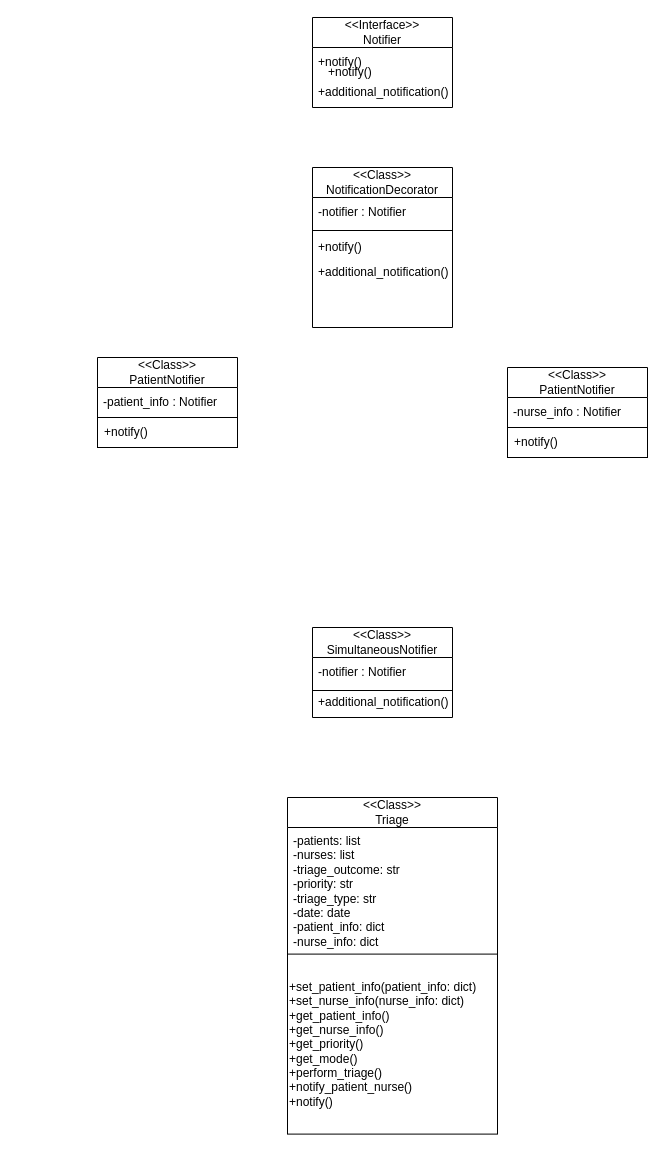
Earlier version of the draw.io diagram Project Milestone 3/Bashar/DecoratorPattern.drawio (SENG-350-2024-fall/Team-6). Source tidied: cells renumbered, new cells numbered last; positions are measured from the earlier drawing's top-left corner, leaving out a move shared by most shapes. Both pictures are drawn from the tidied source at 100%, with x=0, y=0 at pixel (97, 17).
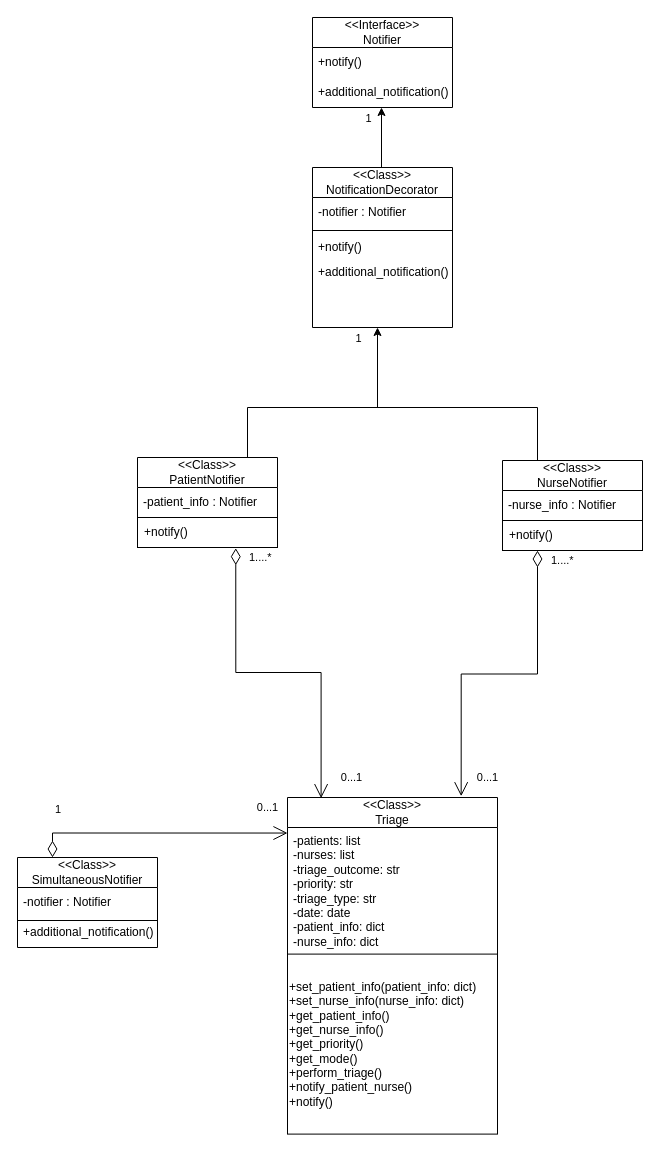
After the change.

The change refers to these unchanged cells:
```xml
<mxCell id="23" value="&amp;lt;&amp;lt;Class&amp;gt;&amp;gt;&lt;br&gt;Triage" style="swimlane;fontStyle=0;horizontal=1;startSize=30;whiteSpace=wrap;html=1;" parent="22" vertex="1">
  <mxGeometry width="210" height="158.9" as="geometry" />
</mxCell>
<mxCell id="24" value="-patients: list&amp;nbsp;&lt;br&gt;-nurses: list&amp;nbsp;&lt;br&gt;-triage_outcome: str&amp;nbsp;&lt;br&gt;-priority: str&lt;br&gt;-triage_type: str&lt;br&gt;-date: date&lt;br&gt;-patient_info: dict&lt;br&gt;-nurse_info: dict  " style="text;strokeColor=none;fillColor=none;align=left;verticalAlign=middle;spacingLeft=4;spacingRight=4;overflow=hidden;points=[[0,0.5],[1,0.5]];portConstraint=eastwest;whiteSpace=wrap;html=1;" parent="23" vertex="1">
  <mxGeometry y="30" width="210" height="128.9" as="geometry" />
</mxCell>
```

What changed in the source:
```diff
@@
-    <mxCell id="5" value="+notify()" style="text;strokeColor=none;fillColor=none;align=left;verticalAlign=middle;spacingLeft=4;spacingRight=4;overflow=hidden;whiteSpace=wrap;html=1;" parent="1" vertex="1">
-      <mxGeometry x="225" y="40" width="140" height="30" as="geometry" />
-    </mxCell>
@@
-    <mxCell id="12" style="group;" parent="1" vertex="1">
-      <mxGeometry y="340" width="140" height="160" as="geometry" />
-    </mxCell>
-    <mxCell id="13" value="&amp;lt;&amp;lt;Class&amp;gt;&amp;gt;&lt;br&gt;PatientNotifier" style="swimlane;fontStyle=0;horizontal=1;startSize=30;whiteSpace=wrap;html=1;" parent="12" vertex="1">
-      <mxGeometry width="140" height="60" as="geometry" />
-    </mxCell>
-    <mxCell id="14" value="-patient_info : Notifier" style="text;strokeColor=none;fillColor=none;align=left;verticalAlign=middle;spacingLeft=4;spacingRight=4;overflow=hidden;whiteSpace=wrap;html=1;" parent="13" vertex="1">
-      <mxGeometry y="30" width="140" height="30" as="geometry" />
-    </mxCell>
-    <mxCell id="15" value="&lt;span style=&quot;color: rgba(0, 0, 0, 0); font-family: monospace; font-size: 0px; text-align: start; text-wrap-mode: nowrap;&quot;&gt;+notify&lt;/span&gt;" style="rounded=0;whiteSpace=wrap;html=1;" parent="12" vertex="1">
-      <mxGeometry y="60" width="140" height="30" as="geometry" />
-    </mxCell>
-    <mxCell id="16" value="+notify()" style="text;html=1;align=left;verticalAlign=middle;whiteSpace=wrap;rounded=0;" parent="12" vertex="1">
-      <mxGeometry x="5" y="60" width="60" height="30" as="geometry" />
-    </mxCell>
-    <mxCell id="17" style="group;" parent="1" vertex="1">
-      <mxGeometry x="215" y="610" width="140" height="160" as="geometry" />
-    </mxCell>
-    <mxCell id="18" value="&amp;lt;&amp;lt;Class&amp;gt;&amp;gt;&lt;br&gt;SimultaneousNotifier" style="swimlane;fontStyle=0;horizontal=1;startSize=30;whiteSpace=wrap;html=1;" parent="17" vertex="1">
-      <mxGeometry width="140" height="90" as="geometry" />
-    </mxCell>
-    <mxCell id="19" value="-notifier : Notifier" style="text;strokeColor=none;fillColor=none;align=left;verticalAlign=middle;spacingLeft=4;spacingRight=4;overflow=hidden;whiteSpace=wrap;html=1;" parent="18" vertex="1">
-      <mxGeometry y="30" width="140" height="30" as="geometry" />
-    </mxCell>
-    <mxCell id="20" value="+additional_notification()" style="text;strokeColor=none;fillColor=none;align=left;verticalAlign=middle;spacingLeft=4;spacingRight=4;overflow=hidden;whiteSpace=wrap;html=1;" parent="18" vertex="1">
-      <mxGeometry y="60" width="140" height="30" as="geometry" />
-    </mxCell>
-    <mxCell id="21" style="endArrow=none;html=1;rounded=0;exitX=0;exitY=0.5;exitDx=0;exitDy=0;entryX=1;entryY=0.5;entryDx=0;entryDy=0;" parent="17" edge="1">
-      <mxGeometry relative="1" as="geometry">
-        <mxPoint y="63" as="sourcePoint" />
-        <mxPoint x="140" y="63" as="targetPoint" />
-      </mxGeometry>
-    </mxCell>
@@
-    <mxCell id="27" value="&amp;lt;&amp;lt;Class&amp;gt;&amp;gt;&lt;br&gt;PatientNotifier" style="swimlane;fontStyle=0;horizontal=1;startSize=30;whiteSpace=wrap;html=1;" parent="1" vertex="1">
-      <mxGeometry x="410" y="350" width="140" height="60" as="geometry" />
+    <mxCell id="27" value="&amp;lt;&amp;lt;Class&amp;gt;&amp;gt;&lt;div&gt;NurseNotifier&lt;/div&gt;" style="swimlane;fontStyle=0;horizontal=1;startSize=30;whiteSpace=wrap;html=1;" parent="1" vertex="1">
+      <mxGeometry x="405" y="443" width="140" height="60" as="geometry" />
     </mxCell>
@@
     <mxCell id="29" value="&lt;span style=&quot;color: rgba(0, 0, 0, 0); font-family: monospace; font-size: 0px; text-align: start; text-wrap-mode: nowrap;&quot;&gt;+notify&lt;/span&gt;" style="rounded=0;whiteSpace=wrap;html=1;" parent="1" vertex="1">
-      <mxGeometry x="410" y="410" width="140" height="30" as="geometry" />
+      <mxGeometry x="405" y="503" width="140" height="30" as="geometry" />
     </mxCell>
     <mxCell id="30" value="+notify()" style="text;html=1;align=left;verticalAlign=middle;whiteSpace=wrap;rounded=0;" parent="1" vertex="1">
-      <mxGeometry x="415" y="410" width="60" height="30" as="geometry" />
+      <mxGeometry x="410" y="503" width="60" height="30" as="geometry" />
     </mxCell>
+    <mxCell id="18" value="&amp;lt;&amp;lt;Class&amp;gt;&amp;gt;&lt;br&gt;SimultaneousNotifier" style="swimlane;fontStyle=0;horizontal=1;startSize=30;whiteSpace=wrap;html=1;" parent="1" vertex="1">
+      <mxGeometry x="-80" y="840" width="140" height="90" as="geometry" />
+    </mxCell>
+    <mxCell id="19" value="-notifier : Notifier" style="text;strokeColor=none;fillColor=none;align=left;verticalAlign=middle;spacingLeft=4;spacingRight=4;overflow=hidden;whiteSpace=wrap;html=1;" parent="18" vertex="1">
+      <mxGeometry y="30" width="140" height="30" as="geometry" />
+    </mxCell>
+    <mxCell id="20" value="+additional_notification()" style="text;strokeColor=none;fillColor=none;align=left;verticalAlign=middle;spacingLeft=4;spacingRight=4;overflow=hidden;whiteSpace=wrap;html=1;" parent="18" vertex="1">
+      <mxGeometry y="60" width="140" height="30" as="geometry" />
+    </mxCell>
+    <mxCell id="21" style="endArrow=none;html=1;rounded=0;exitX=0;exitY=0.5;exitDx=0;exitDy=0;entryX=1;entryY=0.5;entryDx=0;entryDy=0;" parent="1" edge="1">
+      <mxGeometry relative="1" as="geometry">
+        <mxPoint x="-80" y="903" as="sourcePoint" />
+        <mxPoint x="60" y="903" as="targetPoint" />
+      </mxGeometry>
+    </mxCell>
+    <mxCell id="31" value="1" style="endArrow=open;html=1;endSize=12;startArrow=diamondThin;startSize=14;startFill=0;edgeStyle=orthogonalEdgeStyle;align=left;verticalAlign=bottom;rounded=0;exitX=0.25;exitY=0;exitDx=0;exitDy=0;entryX=0;entryY=0.043;entryDx=0;entryDy=0;entryPerimeter=0;" parent="1" edge="1" source="18" target="24">
+      <mxGeometry x="-0.81" y="15" relative="1" as="geometry" />
+    </mxCell>
+    <mxCell id="32" value="0...1" style="edgeLabel;html=1;align=center;verticalAlign=middle;" parent="31" vertex="1">
+      <mxGeometry x="0.86" y="-1" relative="1" as="geometry">
+        <mxPoint x="-2" y="-27" as="offset" />
+      </mxGeometry>
+    </mxCell>
+    <mxCell id="33" style="endArrow=classic;html=1;rounded=0;" parent="1" edge="1">
+      <mxGeometry relative="1" as="geometry">
+        <mxPoint x="280" y="390" as="sourcePoint" />
+        <mxPoint x="280" y="310" as="targetPoint" />
+      </mxGeometry>
+    </mxCell>
+    <mxCell id="34" value="1" style="edgeLabel;html=1;align=center;verticalAlign=middle;" parent="33" vertex="1">
+      <mxGeometry x="0.33" y="-1" relative="1" as="geometry">
+        <mxPoint x="-21" y="-17" as="offset" />
+      </mxGeometry>
+    </mxCell>
+    <mxCell id="35" style="endArrow=none;html=1;rounded=0;" parent="1" edge="1">
+      <mxGeometry relative="1" as="geometry">
+        <mxPoint x="150" y="390" as="sourcePoint" />
+        <mxPoint x="440" y="390" as="targetPoint" />
+      </mxGeometry>
+    </mxCell>
+    <mxCell id="36" style="endArrow=none;html=1;rounded=0;" parent="1" edge="1">
+      <mxGeometry relative="1" as="geometry">
+        <mxPoint x="150" y="450" as="sourcePoint" />
+        <mxPoint x="150" y="390" as="targetPoint" />
+      </mxGeometry>
+    </mxCell>
+    <mxCell id="13" value="&amp;lt;&amp;lt;Class&amp;gt;&amp;gt;&lt;br&gt;PatientNotifier" style="swimlane;fontStyle=0;horizontal=1;startSize=30;whiteSpace=wrap;html=1;" parent="1" vertex="1">
+      <mxGeometry x="40" y="440" width="140" height="60" as="geometry" />
+    </mxCell>
+    <mxCell id="14" value="-patient_info : Notifier" style="text;strokeColor=none;fillColor=none;align=left;verticalAlign=middle;spacingLeft=4;spacingRight=4;overflow=hidden;whiteSpace=wrap;html=1;" parent="13" vertex="1">
+      <mxGeometry y="30" width="140" height="30" as="geometry" />
+    </mxCell>
+    <mxCell id="15" value="&lt;span style=&quot;color: rgba(0, 0, 0, 0); font-family: monospace; font-size: 0px; text-align: start; text-wrap-mode: nowrap;&quot;&gt;+notify&lt;/span&gt;" style="rounded=0;whiteSpace=wrap;html=1;" parent="1" vertex="1">
+      <mxGeometry x="40" y="500" width="140" height="30" as="geometry" />
+    </mxCell>
+    <mxCell id="16" value="+notify()" style="text;html=1;align=left;verticalAlign=middle;whiteSpace=wrap;rounded=0;" parent="1" vertex="1">
+      <mxGeometry x="45" y="500" width="60" height="30" as="geometry" />
+    </mxCell>
+    <mxCell id="37" style="endArrow=none;html=1;rounded=0;exitX=0.25;exitY=0;exitDx=0;exitDy=0;" parent="1" edge="1" source="27">
+      <mxGeometry relative="1" as="geometry">
+        <mxPoint x="440" y="390" as="targetPoint" />
+      </mxGeometry>
+    </mxCell>
+    <mxCell id="38" style="endArrow=classic;html=1;rounded=0;" parent="1" edge="1">
+      <mxGeometry relative="1" as="geometry">
+        <mxPoint x="284" y="150" as="sourcePoint" />
+        <mxPoint x="284" y="90" as="targetPoint" />
+      </mxGeometry>
+    </mxCell>
+    <mxCell id="39" value="1" style="edgeLabel;html=1;align=center;verticalAlign=middle;" parent="38" vertex="1">
+      <mxGeometry x="0.24" relative="1" as="geometry">
+        <mxPoint x="-14" y="-13" as="offset" />
+      </mxGeometry>
+    </mxCell>
+    <mxCell id="40" value="1....*" style="endArrow=open;html=1;endSize=12;startArrow=diamondThin;startSize=14;startFill=0;edgeStyle=orthogonalEdgeStyle;align=left;verticalAlign=bottom;rounded=0;exitX=0.702;exitY=1.022;exitDx=0;exitDy=0;exitPerimeter=0;entryX=0.16;entryY=0.004;entryDx=0;entryDy=0;entryPerimeter=0;" parent="1" edge="1" source="15" target="23">
+      <mxGeometry x="-0.89" y="12" relative="1" as="geometry" />
+    </mxCell>
+    <mxCell id="41" value="1....*" style="endArrow=open;html=1;endSize=12;startArrow=diamondThin;startSize=14;startFill=0;edgeStyle=orthogonalEdgeStyle;align=left;verticalAlign=bottom;rounded=0;exitX=0.5;exitY=1;exitDx=0;exitDy=0;entryX=0.827;entryY=-0.008;entryDx=0;entryDy=0;entryPerimeter=0;" parent="1" edge="1" source="30" target="23">
+      <mxGeometry x="-0.88" y="12" relative="1" as="geometry" />
+    </mxCell>
+    <mxCell id="42" value="0...1" style="edgeLabel;html=1;align=center;verticalAlign=middle;" parent="41" vertex="1">
+      <mxGeometry x="0.79" y="1" relative="1" as="geometry">
+        <mxPoint x="25" y="15" as="offset" />
+      </mxGeometry>
+    </mxCell>
+    <mxCell id="43" value="0...1" style="edgeLabel;html=1;align=center;verticalAlign=middle;" parent="1" vertex="1">
+      <mxGeometry x="180.5" y="809.5" as="geometry">
+        <mxPoint x="73" y="-50" as="offset" />
+      </mxGeometry>
+    </mxCell>
```
